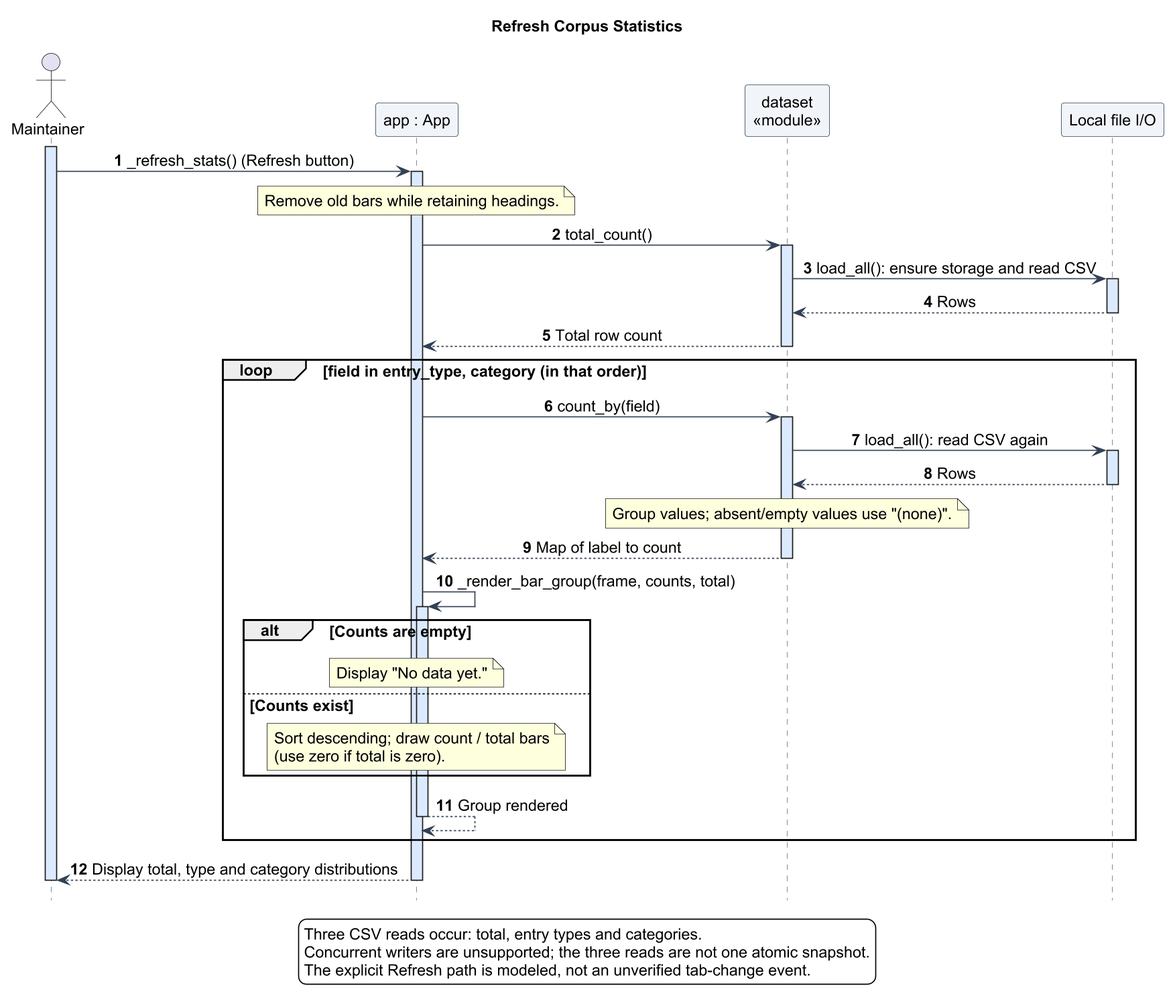
Before: docs/diagrams/sequence-stats.png, a diagram exported from PlantUML (Suraku237/francanglaiscompiler).
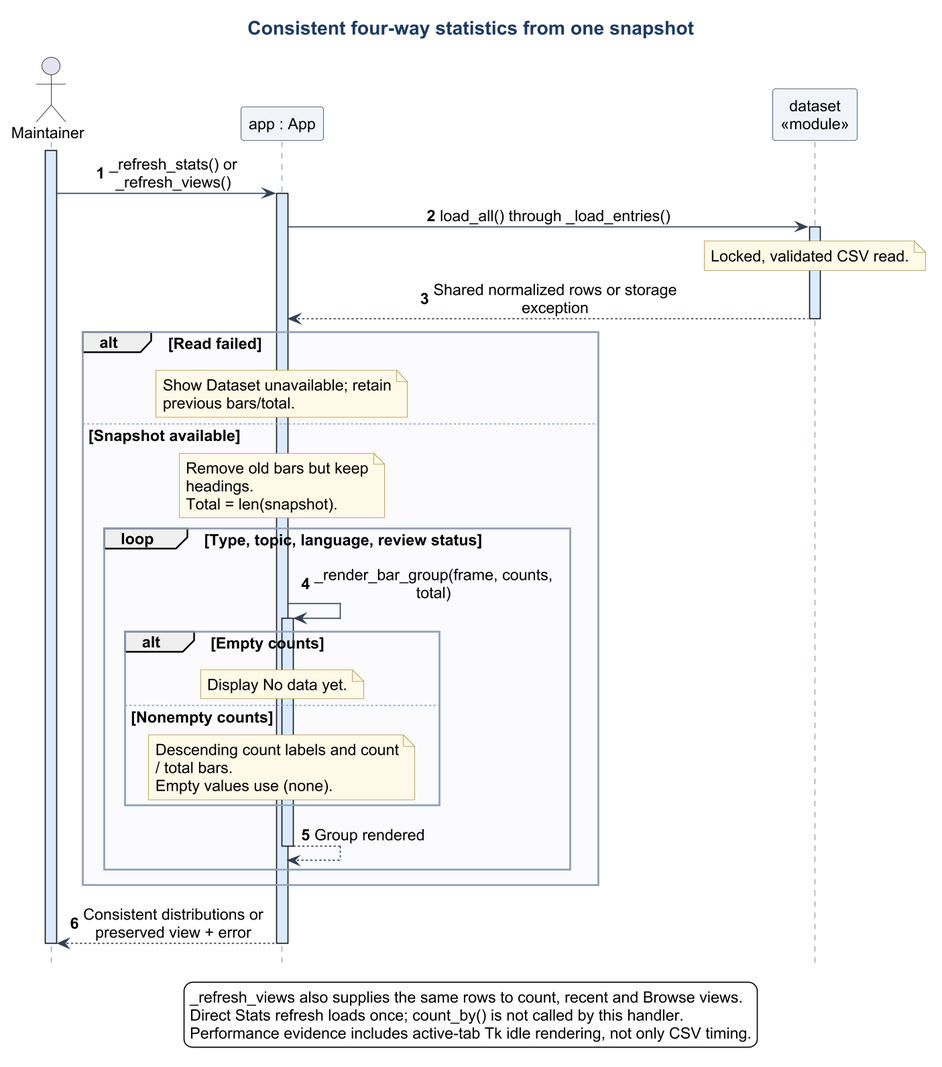
The same file after the commit.

Diff of the diagram source:
```diff
@@ -1,51 +1,41 @@
 @startuml
 !include theme.iuml
-title Refresh Corpus Statistics
+title Consistent four-way statistics from one snapshot
 hide footbox
 autonumber
 actor Maintainer
 participant "app : App" as App
 participant "dataset\n<<module>>" as Dataset
-participant "Local file I/O" as Files
-
 activate Maintainer
-Maintainer -> App : _refresh_stats() (Refresh button)
+Maintainer -> App : _refresh_stats() or _refresh_views()
 activate App
-note over App : Remove old bars while retaining headings.
-App -> Dataset : total_count()
+App -> Dataset : load_all() through _load_entries()
 activate Dataset
-Dataset -> Files : load_all(): ensure storage and read CSV
-activate Files
-Files --> Dataset : Rows
-deactivate Files
-Dataset --> App : Total row count
+note over Dataset : Locked, validated CSV read.
+Dataset --> App : Shared normalized rows or storage exception
 deactivate Dataset
-loop field in entry_type, category (in that order)
-  App -> Dataset : count_by(field)
-  activate Dataset
-  Dataset -> Files : load_all(): read CSV again
-  activate Files
-  Files --> Dataset : Rows
-  deactivate Files
-  note over Dataset : Group values; absent/empty values use "(none)".
-  Dataset --> App : Map of label to count
-  deactivate Dataset
-  App -> App : _render_bar_group(frame, counts, total)
-  activate App
-  alt Counts are empty
-    note over App : Display "No data yet."
-  else Counts exist
-    note over App : Sort descending; draw count / total bars\n(use zero if total is zero).
+alt Read failed
+  note over App : Show Dataset unavailable; retain previous bars/total.
+else Snapshot available
+  note over App : Remove old bars but keep headings.\nTotal = len(snapshot).
+  loop Type, topic, language, review status
+    App -> App : _render_bar_group(frame, counts, total)
+    activate App
+    alt Empty counts
+      note over App : Display No data yet.
+    else Nonempty counts
+      note over App : Descending count labels and count / total bars.\nEmpty values use (none).
+    end
+    App --> App : Group rendered
+    deactivate App
   end
-  App --> App : Group rendered
-  deactivate App
 end
-App --> Maintainer : Display total, type and category distributions
+App --> Maintainer : Consistent distributions or preserved view + error
 deactivate App
 deactivate Maintainer
 legend bottom
-  Three CSV reads occur: total, entry types and categories.
-  Concurrent writers are unsupported; the three reads are not one atomic snapshot.
-  The explicit Refresh path is modeled, not an unverified tab-change event.
+  _refresh_views also supplies the same rows to count, recent and Browse views.
+  Direct Stats refresh loads once; count_by() is not called by this handler.
+  Performance evidence includes active-tab Tk idle rendering, not only CSV timing.
 endlegend
 @enduml
```
